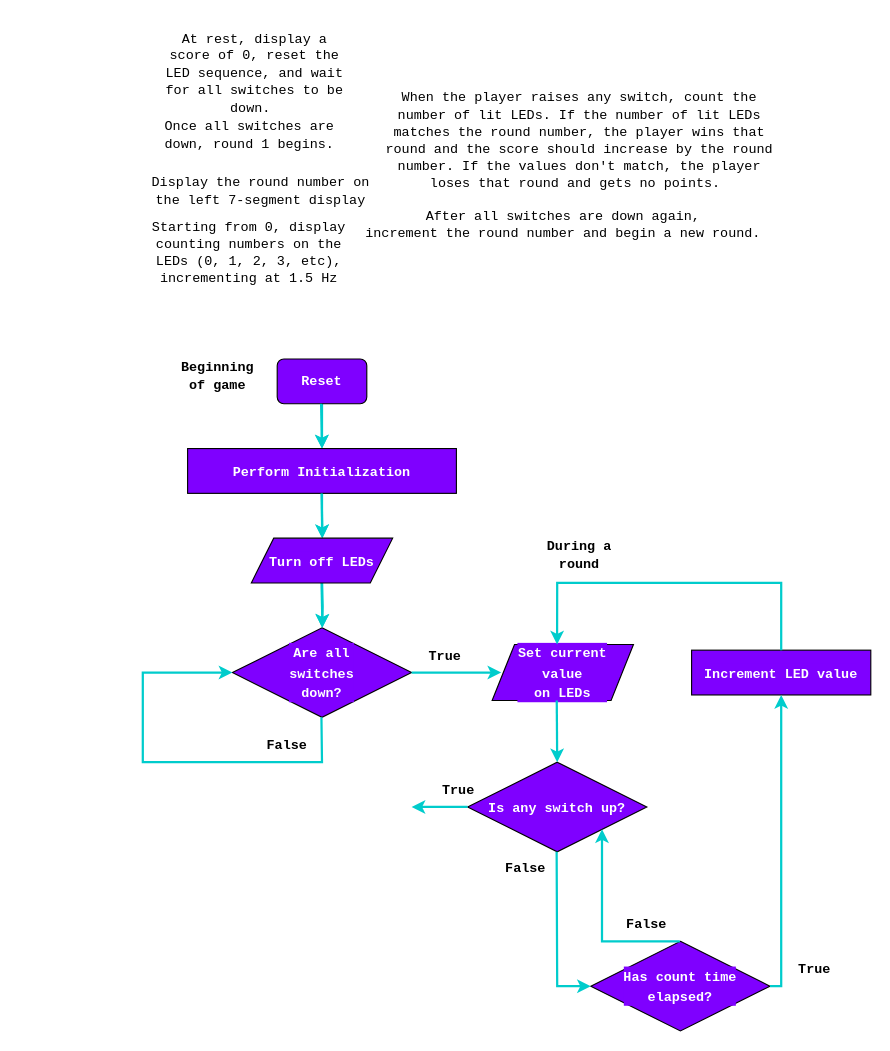
Before: page "Lab8" (5 of 6) of CS1301/Untitled Diagram.drawio in printjoshhere/CS1301, a draw.io diagram. Source tidied: cells renumbered, new cells numbered last; positions are measured from the earlier drawing's top-left corner, leaving out a move shared by most shapes. Both pictures are drawn from the tidied source at 112%, with x=0, y=0 at pixel (142, 56).
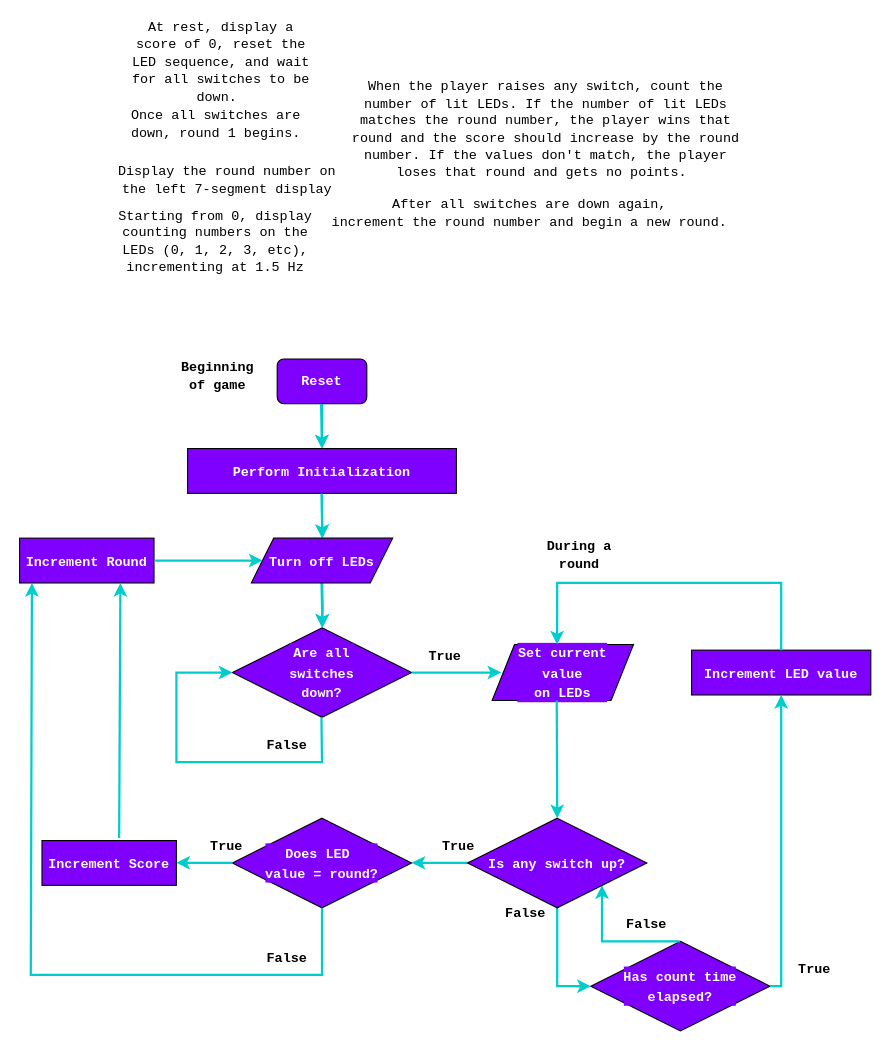
The same page after the edit.

The change refers to these unchanged cells:
```xml
<mxCell id="11" value="&lt;font style=&quot;font-size: 12px;&quot; face=&quot;consolas&quot;&gt;&lt;b&gt;Are all &lt;br&gt;switches &lt;br&gt;down?&lt;/b&gt;&lt;/font&gt;" style="rhombus;whiteSpace=wrap;html=1;labelBackgroundColor=#7F00FF;fontSize=14;fontColor=#FFFFFF;fillColor=#7F00FF;" parent="1" vertex="1">
  <mxGeometry x="80" y="510" width="160" height="80" as="geometry" />
</mxCell>
<mxCell id="22" value="&lt;font face=&quot;consolas&quot; size=&quot;1&quot;&gt;&lt;b style=&quot;font-size: 12px;&quot;&gt;Turn off LEDs&lt;br&gt;&lt;/b&gt;&lt;/font&gt;" style="shape=parallelogram;perimeter=parallelogramPerimeter;whiteSpace=wrap;html=1;fixedSize=1;labelBackgroundColor=#7F00FF;fontSize=14;fontColor=#FFFFFF;fillColor=#7F00FF;" parent="1" vertex="1">
  <mxGeometry x="96.9" y="430" width="126.2" height="40" as="geometry" />
</mxCell>
<mxCell id="28" value="&lt;font face=&quot;consolas&quot;&gt;&lt;span style=&quot;font-size: 12px;&quot;&gt;&lt;b&gt;Has count time&lt;br&gt;elapsed?&lt;br&gt;&lt;/b&gt;&lt;/span&gt;&lt;/font&gt;" style="rhombus;whiteSpace=wrap;html=1;labelBackgroundColor=#7F00FF;fontSize=14;fontColor=#FFFFFF;fillColor=#7F00FF;" parent="1" vertex="1">
  <mxGeometry x="400" y="790" width="160" height="80" as="geometry" />
</mxCell>
```

Diff of the diagram source:
```diff
@@
     <mxCell id="2" value="&lt;font face=&quot;consolas&quot;&gt;At rest, display a score of 0, reset the LED sequence, and wait for all switches to be down.&amp;nbsp;&lt;/font&gt;" style="text;html=1;strokeColor=none;fillColor=none;align=center;verticalAlign=middle;whiteSpace=wrap;rounded=0;" parent="1" vertex="1">
-      <mxGeometry x="15" width="170" height="30" as="geometry" />
+      <mxGeometry x="-15" y="-10" width="170" height="30" as="geometry" />
     </mxCell>
     <mxCell id="3" value="&lt;font face=&quot;consolas&quot;&gt;Starting from 0, display counting numbers on the LEDs (0, 1, 2, 3, etc), incrementing at 1.5 Hz&lt;/font&gt;" style="text;html=1;strokeColor=none;fillColor=none;align=center;verticalAlign=middle;whiteSpace=wrap;rounded=0;" parent="1" vertex="1">
-      <mxGeometry x="5" y="160" width="180" height="30" as="geometry" />
+      <mxGeometry x="-25" y="150" width="180" height="30" as="geometry" />
     </mxCell>
     <mxCell id="4" value="&lt;font face=&quot;consolas&quot;&gt;When the player raises any switch, count the number of lit LEDs. If the number of lit LEDs matches the round number, the player wins that round and the score should increase by the round number. If the values don't match, the player loses that round and gets no points.&amp;nbsp;&lt;/font&gt;" style="text;html=1;strokeColor=none;fillColor=none;align=center;verticalAlign=middle;whiteSpace=wrap;rounded=0;" parent="1" vertex="1">
-      <mxGeometry x="210" y="60" width="360" height="30" as="geometry" />
+      <mxGeometry x="180" y="50" width="360" height="30" as="geometry" />
     </mxCell>
     <mxCell id="5" value="&lt;font face=&quot;consolas&quot;&gt;After all switches are down again, &lt;br&gt;increment the round number and begin a new round.&lt;/font&gt;" style="text;html=1;align=center;verticalAlign=middle;strokeColor=none;fillColor=none;" parent="1" vertex="1">
-      <mxGeometry x="200" y="130" width="350" height="40" as="geometry" />
+      <mxGeometry x="170" y="120" width="350" height="40" as="geometry" />
     </mxCell>
     <mxCell id="6" value="&lt;font face=&quot;consolas&quot;&gt;Display the round number on &lt;br&gt;the left 7-segment display&lt;br&gt;&lt;/font&gt;" style="text;html=1;align=center;verticalAlign=middle;strokeColor=none;fillColor=none;" parent="1" vertex="1">
-      <mxGeometry x="5" y="100" width="200" height="40" as="geometry" />
+      <mxGeometry x="-25" y="90" width="200" height="40" as="geometry" />
     </mxCell>
     <mxCell id="7" value="&lt;font face=&quot;consolas&quot;&gt;Once all switches are &lt;br&gt;down, round 1 begins.&lt;/font&gt;" style="text;html=1;align=center;verticalAlign=middle;strokeColor=none;fillColor=none;" parent="1" vertex="1">
-      <mxGeometry x="15" y="50" width="160" height="40" as="geometry" />
+      <mxGeometry x="-15" y="40" width="160" height="40" as="geometry" />
     </mxCell>
@@
     <mxCell id="18" style="endArrow=classic;html=1;rounded=0;fontSize=14;fontColor=#FFFFFF;strokeWidth=2;strokeColor=#00CCCC;startArrow=none;entryX=0;entryY=0.5;entryDx=0;entryDy=0;" parent="1" edge="1" target="11">
       <mxGeometry relative="1" as="geometry">
         <mxPoint x="159.5" y="590" as="sourcePoint" />
         <Array as="points">
           <mxPoint x="160" y="630" />
-          <mxPoint y="630" />
-          <mxPoint y="550" />
+          <mxPoint x="30" y="630" />
+          <mxPoint x="30" y="550" />
         </Array>
       </mxGeometry>
     </mxCell>
@@
-    <mxCell id="23" value="&lt;font face=&quot;consolas&quot;&gt;&lt;span style=&quot;font-size: 12px;&quot;&gt;&lt;b&gt;Is any switch up?&lt;/b&gt;&lt;/span&gt;&lt;/font&gt;" style="rhombus;whiteSpace=wrap;html=1;labelBackgroundColor=#7F00FF;fontSize=14;fontColor=#FFFFFF;fillColor=#7F00FF;" parent="1" vertex="1">
-      <mxGeometry x="290" y="630" width="160" height="80" as="geometry" />
-    </mxCell>
@@
-    <mxCell id="25" style="endArrow=classic;html=1;rounded=0;fontSize=14;fontColor=#FFFFFF;strokeWidth=2;strokeColor=#00CCCC;startArrow=none;" parent="1" edge="1">
+    <mxCell id="25" style="endArrow=classic;html=1;rounded=0;fontSize=14;fontColor=#FFFFFF;strokeWidth=2;strokeColor=#00CCCC;startArrow=none;exitX=0;exitY=0.5;exitDx=0;exitDy=0;" parent="1" edge="1" source="23">
       <mxGeometry relative="1" as="geometry">
-        <mxPoint x="290" y="670" as="sourcePoint" />
-        <mxPoint x="240" y="670" as="targetPoint" />
+        <mxPoint x="240" y="719.9" as="targetPoint" />
       </mxGeometry>
     </mxCell>
@@
-    <mxCell id="30" style="endArrow=classic;html=1;rounded=0;fontSize=14;fontColor=#FFFFFF;strokeWidth=2;strokeColor=#00CCCC;startArrow=none;entryX=0;entryY=0.5;entryDx=0;entryDy=0;" parent="1" edge="1" target="28">
+    <mxCell id="30" style="endArrow=classic;html=1;rounded=0;fontSize=14;fontColor=#FFFFFF;strokeWidth=2;strokeColor=#00CCCC;startArrow=none;entryX=0;entryY=0.5;entryDx=0;entryDy=0;" parent="1" edge="1" source="23" target="28">
       <mxGeometry relative="1" as="geometry">
-        <mxPoint x="369.5" y="710" as="sourcePoint" />
         <Array as="points">
           <mxPoint x="370" y="830" />
         </Array>
       </mxGeometry>
     </mxCell>
@@
     <mxCell id="33" value="&lt;b style=&quot;--tw-translate-x:0; --tw-translate-y:0; --tw-rotate:0; --tw-skew-x:0; --tw-skew-y:0; --tw-scale-x:1; --tw-scale-y:1; --tw-pan-x: ; --tw-pan-y: ; --tw-pinch-zoom: ; --tw-scroll-snap-strictness:proximity; --tw-ordinal: ; --tw-slashed-zero: ; --tw-numeric-figure: ; --tw-numeric-spacing: ; --tw-numeric-fraction: ; --tw-ring-inset: ; --tw-ring-offset-width:0px; --tw-ring-offset-color:#fff; --tw-ring-color:rgb(59 130 246 / 0.5); --tw-ring-offset-shadow:0 0 #0000; --tw-ring-shadow:0 0 #0000; --tw-shadow:0 0 #0000; --tw-shadow-colored:0 0 #0000; --tw-blur: ; --tw-brightness: ; --tw-contrast: ; --tw-grayscale: ; --tw-hue-rotate: ; --tw-invert: ; --tw-saturate: ; --tw-sepia: ; --tw-drop-shadow: ; --tw-backdrop-blur: ; --tw-backdrop-brightness: ; --tw-backdrop-contrast: ; --tw-backdrop-grayscale: ; --tw-backdrop-hue-rotate: ; --tw-backdrop-invert: ; --tw-backdrop-opacity: ; --tw-backdrop-saturate: ; --tw-backdrop-sepia: ; border-color: var(--border-color); color: rgb(0, 0, 0); font-family: consolas;&quot;&gt;False&lt;/b&gt;" style="text;html=1;strokeColor=none;fillColor=none;align=center;verticalAlign=middle;whiteSpace=wrap;rounded=0;fontSize=12;fontColor=#FFFFFF;" parent="1" vertex="1">
-      <mxGeometry x="311.9" y="710" width="60" height="30" as="geometry" />
+      <mxGeometry x="311.9" y="750" width="60" height="30" as="geometry" />
     </mxCell>
@@
     <mxCell id="36" value="&lt;b style=&quot;--tw-translate-x:0; --tw-translate-y:0; --tw-rotate:0; --tw-skew-x:0; --tw-skew-y:0; --tw-scale-x:1; --tw-scale-y:1; --tw-pan-x: ; --tw-pan-y: ; --tw-pinch-zoom: ; --tw-scroll-snap-strictness:proximity; --tw-ordinal: ; --tw-slashed-zero: ; --tw-numeric-figure: ; --tw-numeric-spacing: ; --tw-numeric-fraction: ; --tw-ring-inset: ; --tw-ring-offset-width:0px; --tw-ring-offset-color:#fff; --tw-ring-color:rgb(59 130 246 / 0.5); --tw-ring-offset-shadow:0 0 #0000; --tw-ring-shadow:0 0 #0000; --tw-shadow:0 0 #0000; --tw-shadow-colored:0 0 #0000; --tw-blur: ; --tw-brightness: ; --tw-contrast: ; --tw-grayscale: ; --tw-hue-rotate: ; --tw-invert: ; --tw-saturate: ; --tw-sepia: ; --tw-drop-shadow: ; --tw-backdrop-blur: ; --tw-backdrop-brightness: ; --tw-backdrop-contrast: ; --tw-backdrop-grayscale: ; --tw-backdrop-hue-rotate: ; --tw-backdrop-invert: ; --tw-backdrop-opacity: ; --tw-backdrop-saturate: ; --tw-backdrop-sepia: ; border-color: var(--border-color); color: rgb(0, 0, 0); font-family: consolas;&quot;&gt;True&lt;/b&gt;" style="text;html=1;strokeColor=none;fillColor=none;align=center;verticalAlign=middle;whiteSpace=wrap;rounded=0;fontSize=12;fontColor=#FFFFFF;" parent="1" vertex="1">
-      <mxGeometry x="251.9" y="640" width="60" height="30" as="geometry" />
+      <mxGeometry x="45" y="690" width="60" height="30" as="geometry" />
     </mxCell>
@@
+    <mxCell id="39" value="&lt;font face=&quot;consolas&quot;&gt;&lt;span style=&quot;font-size: 12px;&quot;&gt;&lt;b&gt;Does LED&amp;nbsp;&lt;br&gt;value = round?&lt;br&gt;&lt;/b&gt;&lt;/span&gt;&lt;/font&gt;" style="rhombus;whiteSpace=wrap;html=1;labelBackgroundColor=#7F00FF;fontSize=14;fontColor=#FFFFFF;fillColor=#7F00FF;" parent="1" vertex="1">
+      <mxGeometry x="80" y="680" width="160" height="80" as="geometry" />
+    </mxCell>
+    <mxCell id="40" style="endArrow=none;html=1;rounded=0;fontSize=14;fontColor=#FFFFFF;strokeWidth=2;strokeColor=#00CCCC;startArrow=none;entryX=0;entryY=0.5;entryDx=0;entryDy=0;" parent="1" edge="1" target="23">
+      <mxGeometry relative="1" as="geometry">
+        <mxPoint x="369.5" y="710" as="sourcePoint" />
+      </mxGeometry>
+    </mxCell>
+    <mxCell id="23" value="&lt;font face=&quot;consolas&quot;&gt;&lt;span style=&quot;font-size: 12px;&quot;&gt;&lt;b&gt;Is any switch up?&lt;/b&gt;&lt;/span&gt;&lt;/font&gt;" style="rhombus;whiteSpace=wrap;html=1;labelBackgroundColor=#7F00FF;fontSize=14;fontColor=#FFFFFF;fillColor=#7F00FF;" parent="1" vertex="1">
+      <mxGeometry x="290" y="680" width="160" height="80" as="geometry" />
+    </mxCell>
+    <mxCell id="41" value="&lt;b&gt;&lt;font style=&quot;font-size: 12px;&quot; face=&quot;consolas&quot;&gt;Increment Round&lt;/font&gt;&lt;/b&gt;" style="rounded=0;whiteSpace=wrap;html=1;labelBackgroundColor=#7F00FF;fontSize=14;fontColor=#FFFFFF;fillColor=#7F00FF;" parent="1" vertex="1">
+      <mxGeometry x="-110" y="430" width="120" height="40" as="geometry" />
+    </mxCell>
+    <mxCell id="42" style="endArrow=classic;html=1;rounded=0;fontSize=14;fontColor=#FFFFFF;strokeWidth=2;strokeColor=#00CCCC;startArrow=none;exitX=1.009;exitY=0.504;exitDx=0;exitDy=0;entryX=0;entryY=0.5;entryDx=0;entryDy=0;exitPerimeter=0;" parent="1" edge="1" source="41" target="22">
+      <mxGeometry relative="1" as="geometry" />
+    </mxCell>
+    <mxCell id="43" value="&lt;b&gt;&lt;font style=&quot;font-size: 12px;&quot; face=&quot;consolas&quot;&gt;Increment Score&lt;/font&gt;&lt;/b&gt;" style="rounded=0;whiteSpace=wrap;html=1;labelBackgroundColor=#7F00FF;fontSize=14;fontColor=#FFFFFF;fillColor=#7F00FF;" parent="1" vertex="1">
+      <mxGeometry x="-90" y="700" width="120" height="40" as="geometry" />
+    </mxCell>
+    <mxCell id="44" style="endArrow=classic;html=1;rounded=0;fontSize=14;fontColor=#FFFFFF;strokeWidth=2;strokeColor=#00CCCC;startArrow=none;exitX=0;exitY=0.5;exitDx=0;exitDy=0;" parent="1" edge="1">
+      <mxGeometry relative="1" as="geometry">
+        <mxPoint x="80" y="719.9" as="sourcePoint" />
+        <mxPoint x="30" y="719.8" as="targetPoint" />
+      </mxGeometry>
+    </mxCell>
+    <mxCell id="45" value="&lt;b style=&quot;--tw-translate-x:0; --tw-translate-y:0; --tw-rotate:0; --tw-skew-x:0; --tw-skew-y:0; --tw-scale-x:1; --tw-scale-y:1; --tw-pan-x: ; --tw-pan-y: ; --tw-pinch-zoom: ; --tw-scroll-snap-strictness:proximity; --tw-ordinal: ; --tw-slashed-zero: ; --tw-numeric-figure: ; --tw-numeric-spacing: ; --tw-numeric-fraction: ; --tw-ring-inset: ; --tw-ring-offset-width:0px; --tw-ring-offset-color:#fff; --tw-ring-color:rgb(59 130 246 / 0.5); --tw-ring-offset-shadow:0 0 #0000; --tw-ring-shadow:0 0 #0000; --tw-shadow:0 0 #0000; --tw-shadow-colored:0 0 #0000; --tw-blur: ; --tw-brightness: ; --tw-contrast: ; --tw-grayscale: ; --tw-hue-rotate: ; --tw-invert: ; --tw-saturate: ; --tw-sepia: ; --tw-drop-shadow: ; --tw-backdrop-blur: ; --tw-backdrop-brightness: ; --tw-backdrop-contrast: ; --tw-backdrop-grayscale: ; --tw-backdrop-hue-rotate: ; --tw-backdrop-invert: ; --tw-backdrop-opacity: ; --tw-backdrop-saturate: ; --tw-backdrop-sepia: ; border-color: var(--border-color); color: rgb(0, 0, 0); font-family: consolas;&quot;&gt;True&lt;/b&gt;" style="text;html=1;strokeColor=none;fillColor=none;align=center;verticalAlign=middle;whiteSpace=wrap;rounded=0;fontSize=12;fontColor=#FFFFFF;" parent="1" vertex="1">
+      <mxGeometry x="251.9" y="690" width="60" height="30" as="geometry" />
+    </mxCell>
+    <mxCell id="46" style="endArrow=classic;html=1;rounded=0;fontSize=14;fontColor=#FFFFFF;strokeWidth=2;strokeColor=#00CCCC;startArrow=none;exitX=0.574;exitY=-0.058;exitDx=0;exitDy=0;entryX=0.75;entryY=1;entryDx=0;entryDy=0;exitPerimeter=0;" parent="1" edge="1" source="43" target="41">
+      <mxGeometry relative="1" as="geometry" />
+    </mxCell>
+    <mxCell id="47" style="endArrow=classic;html=1;rounded=0;fontSize=14;fontColor=#FFFFFF;strokeWidth=2;strokeColor=#00CCCC;startArrow=none;entryX=0.75;entryY=1;entryDx=0;entryDy=0;exitX=0.5;exitY=1;exitDx=0;exitDy=0;" parent="1" edge="1" source="39">
+      <mxGeometry relative="1" as="geometry">
+        <mxPoint x="-99" y="470" as="targetPoint" />
+        <Array as="points">
+          <mxPoint x="160" y="820" />
+          <mxPoint x="-100" y="820" />
+        </Array>
+      </mxGeometry>
+    </mxCell>
+    <mxCell id="48" value="&lt;font face=&quot;consolas&quot; color=&quot;#000000&quot;&gt;&lt;b&gt;False&lt;/b&gt;&lt;/font&gt;" style="text;html=1;strokeColor=none;fillColor=none;align=center;verticalAlign=middle;whiteSpace=wrap;rounded=0;fontSize=12;fontColor=#FFFFFF;" parent="1" vertex="1">
+      <mxGeometry x="98.8" y="790" width="60" height="30" as="geometry" />
+    </mxCell>
```
